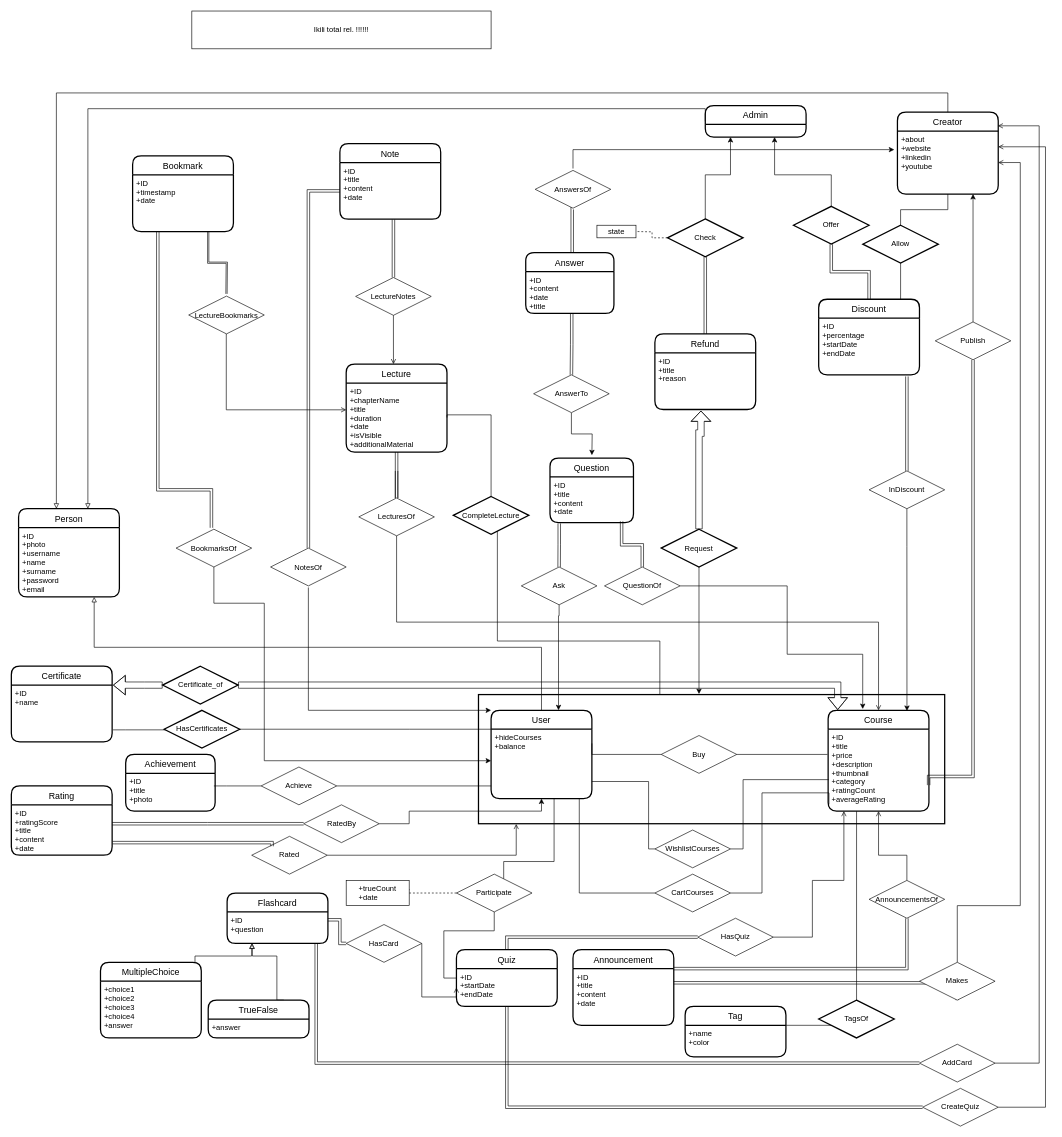
Earlier version of the draw.io diagram page "Quizlet" (4 of 4) of ER.drawio (muratangin187/CS353-Project). Source tidied: cells renumbered, new cells numbered last; positions are measured from the earlier drawing's top-left corner, leaving out a move shared by most shapes. Both pictures are drawn from the tidied source at 63%, with x=0, y=0 at pixel (11, 11).
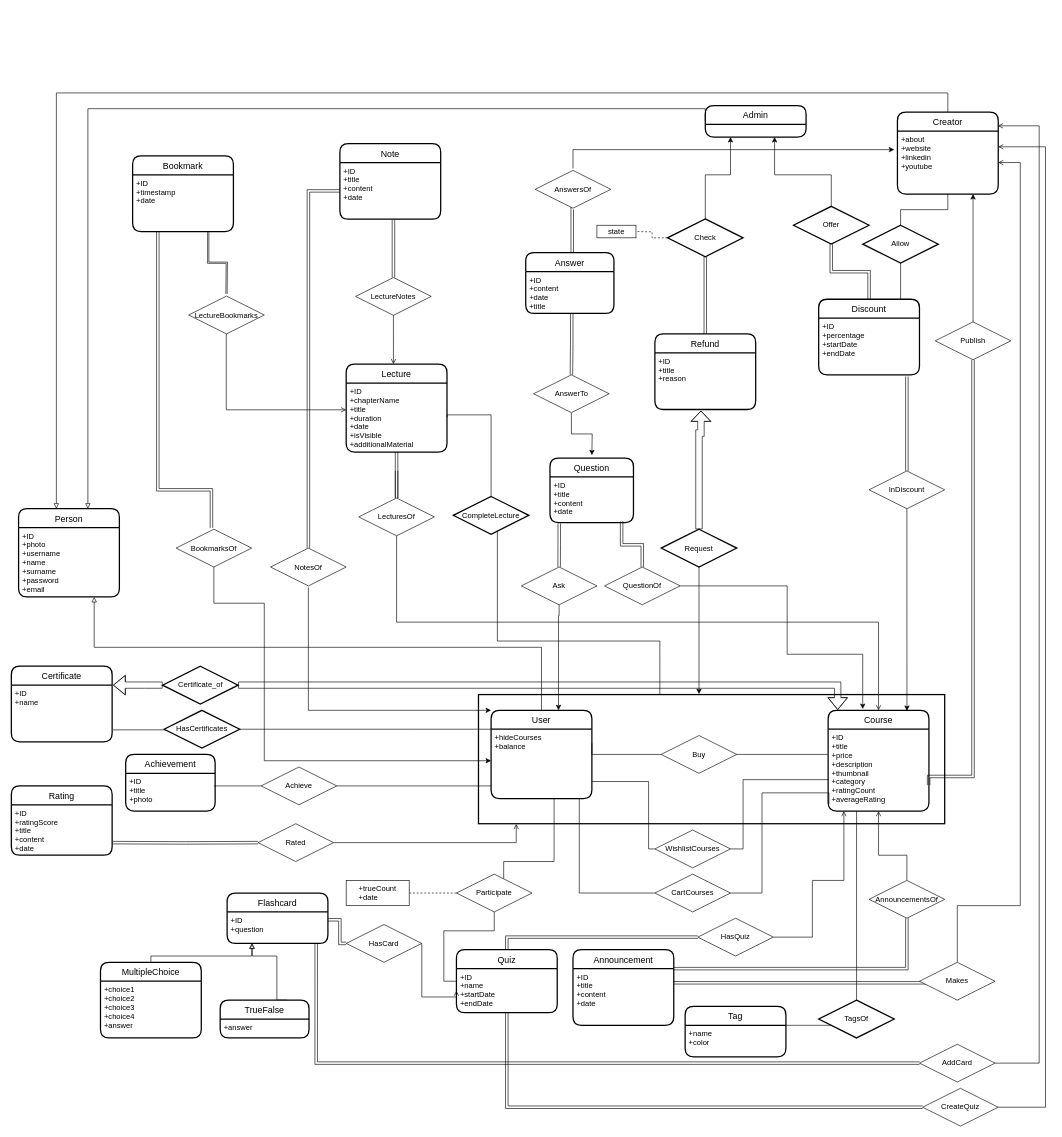
Above is the later version.

The change refers to these unchanged cells:
```xml
<mxCell id="5" style="rounded=0;whiteSpace=wrap;html=1;shadow=0;glass=0;sketch=0;strokeWidth=2;gradientColor=none;" parent="1" vertex="1">
  <mxGeometry x="742" y="1085" width="740" height="205" as="geometry" />
</mxCell>
<mxCell id="9" value="+hideCourses&#10;+balance" style="align=left;strokeColor=none;fillColor=none;spacingLeft=4;fontSize=12;verticalAlign=top;" parent="8" vertex="1">
  <mxGeometry y="30" width="160" height="110" as="geometry" />
</mxCell>
<mxCell id="37" value="Rating" style="swimlane;horizontal=1;startSize=30;rounded=1;fontSize=14;fontStyle=0;strokeWidth=2;shadow=0;dashed=0;align=center;" parent="1" vertex="1">
  <mxGeometry x="0.5" y="1230" width="160" height="110" as="geometry" />
</mxCell>
<mxCell id="128" value="MultipleChoice" style="swimlane;horizontal=1;startSize=30;rounded=1;fontSize=14;fontStyle=0;strokeWidth=2;shadow=0;dashed=0;align=center;" parent="1" vertex="1">
  <mxGeometry x="142" y="1510" width="160" height="120" as="geometry" />
</mxCell>
```

Change to the diagram source:
```diff
@@
-    <mxCell id="39" style="edgeStyle=orthogonalEdgeStyle;rounded=0;jettySize=auto;html=1;exitX=1;exitY=0.5;exitDx=0;exitDy=0;entryX=0.5;entryY=1;entryDx=0;entryDy=0;" parent="1" edge="1" source="40" target="9">
-      <mxGeometry relative="1" as="geometry">
-        <Array as="points">
-          <mxPoint x="632" y="1290" />
-          <mxPoint x="632" y="1270" />
-          <mxPoint x="842" y="1270" />
-        </Array>
-      </mxGeometry>
-    </mxCell>
-    <mxCell id="40" value="RatedBy" style="shape=rhombus;perimeter=rhombusPerimeter;whiteSpace=wrap;html=1;align=center;rounded=0;sketch=0;" parent="1" vertex="1">
-      <mxGeometry x="464.5" y="1260" width="120" height="60" as="geometry" />
-    </mxCell>
-    <mxCell id="41" style="edgeStyle=orthogonalEdgeStyle;rounded=0;jettySize=auto;html=1;endArrow=open;endFill=0;shape=link;exitX=0;exitY=0.5;exitDx=0;exitDy=0;" parent="1" edge="1" source="40" target="37">
-      <mxGeometry relative="1" as="geometry">
-        <Array as="points">
-          <mxPoint x="312" y="1290" />
-          <mxPoint x="312" y="1290" />
-        </Array>
-      </mxGeometry>
-    </mxCell>
     <mxCell id="42" style="edgeStyle=orthogonalEdgeStyle;rounded=0;jettySize=auto;html=1;endArrow=open;endFill=0;exitX=1;exitY=0.5;exitDx=0;exitDy=0;entryX=0.081;entryY=1.002;entryDx=0;entryDy=0;entryPerimeter=0;" parent="1" edge="1" source="43" target="5">
       <mxGeometry relative="1" as="geometry">
         <Array as="points">
-          <mxPoint x="802" y="1340" />
+          <mxPoint x="802" y="1320" />
         </Array>
       </mxGeometry>
     </mxCell>
     <mxCell id="43" value="Rated" style="shape=rhombus;perimeter=rhombusPerimeter;whiteSpace=wrap;html=1;align=center;rounded=0;sketch=0;" parent="1" vertex="1">
-      <mxGeometry x="382" y="1310" width="120" height="60" as="geometry" />
+      <mxGeometry x="392" y="1290" width="120" height="60" as="geometry" />
     </mxCell>
-    <mxCell id="44" style="edgeStyle=orthogonalEdgeStyle;rounded=0;jettySize=auto;html=1;endArrow=none;endFill=0;shape=link;entryX=0.27;entryY=0.264;entryDx=0;entryDy=0;entryPerimeter=0;" parent="1" edge="1" target="43">
+    <mxCell id="44" style="edgeStyle=orthogonalEdgeStyle;rounded=0;jettySize=auto;html=1;endArrow=none;endFill=0;shape=link;entryX=0;entryY=0.5;entryDx=0;entryDy=0;" parent="1" edge="1" target="43">
       <mxGeometry relative="1" as="geometry">
         <mxPoint x="161" y="1320" as="sourcePoint" />
-        <Array as="points">
-          <mxPoint x="414" y="1320" />
-        </Array>
       </mxGeometry>
     </mxCell>
@@
-    <mxCell id="117" value="Ikili total rel. !!!!!!" style="rounded=0;whiteSpace=wrap;html=1;" parent="1" vertex="1">
-      <mxGeometry x="287" width="475" height="60" as="geometry" />
-    </mxCell>
@@
-    <mxCell id="127" style="edgeStyle=orthogonalEdgeStyle;rounded=0;jettySize=auto;html=1;endArrow=block;endFill=0;" parent="1" edge="1" source="128">
+    <mxCell id="127" style="edgeStyle=orthogonalEdgeStyle;rounded=0;jettySize=auto;html=1;endArrow=block;endFill=0;exitX=0.5;exitY=0;exitDx=0;exitDy=0;" parent="1" edge="1" source="128">
       <mxGeometry relative="1" as="geometry">
         <mxPoint x="382" y="1480" as="targetPoint" />
         <Array as="points">
-          <mxPoint x="292" y="1500" />
+          <mxPoint x="222" y="1500" />
           <mxPoint x="382" y="1500" />
         </Array>
       </mxGeometry>
     </mxCell>
@@
     <mxCell id="131" value="TrueFalse" style="swimlane;horizontal=1;startSize=30;rounded=1;fontSize=14;fontStyle=0;strokeWidth=2;shadow=0;dashed=0;align=center;" parent="1" vertex="1">
-      <mxGeometry x="313" y="1570" width="160" height="60" as="geometry" />
+      <mxGeometry x="332" y="1570" width="141" height="60" as="geometry" />
     </mxCell>
     <mxCell id="132" value="+answer" style="align=left;strokeColor=none;fillColor=none;spacingLeft=4;fontSize=12;verticalAlign=top;" parent="131" vertex="1">
-      <mxGeometry y="30" width="160" height="30" as="geometry" />
+      <mxGeometry y="30" width="141" height="30" as="geometry" />
     </mxCell>
@@
     <mxCell id="134" value="Quiz" style="swimlane;horizontal=1;startSize=30;rounded=1;fontSize=14;fontStyle=0;strokeWidth=2;shadow=0;dashed=0;align=center;" parent="1" vertex="1">
-      <mxGeometry x="707" y="1490" width="160" height="90" as="geometry" />
+      <mxGeometry x="707" y="1490" width="160" height="100" as="geometry" />
     </mxCell>
-    <mxCell id="135" value="+ID&#10;+startDate&#10;+endDate" style="align=left;strokeColor=none;fillColor=none;spacingLeft=4;fontSize=12;verticalAlign=top;" parent="134" vertex="1">
-      <mxGeometry y="30" width="160" height="60" as="geometry" />
+    <mxCell id="135" value="+ID&#10;+name&#10;+startDate&#10;+endDate" style="align=left;strokeColor=none;fillColor=none;spacingLeft=4;fontSize=12;verticalAlign=top;" parent="134" vertex="1">
+      <mxGeometry y="30" width="160" height="70" as="geometry" />
     </mxCell>
```
